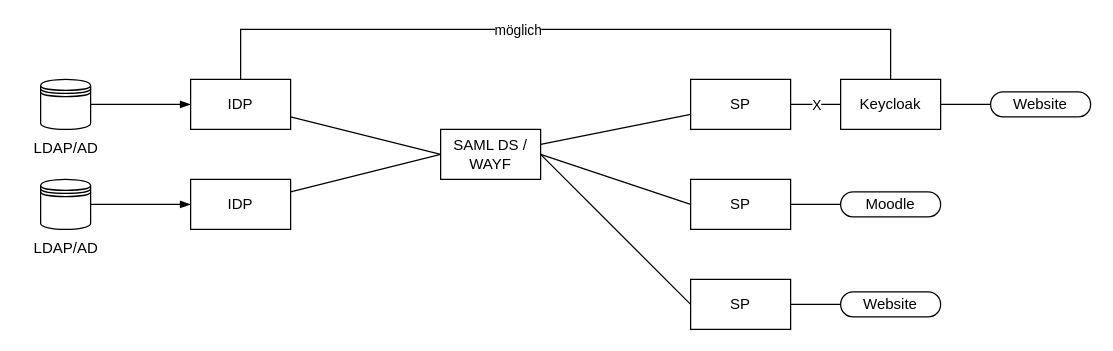
This is Unbenanntes Diagramm.drawio from R4Tobi/modellierung, a draw.io file, before an edit. Source tidied: cells renumbered, new cells numbered last; positions are measured from the earlier drawing's top-left corner, leaving out a move shared by most shapes. Both pictures are drawn from the tidied source at 125%, with x=0, y=0 at pixel (21, 29).
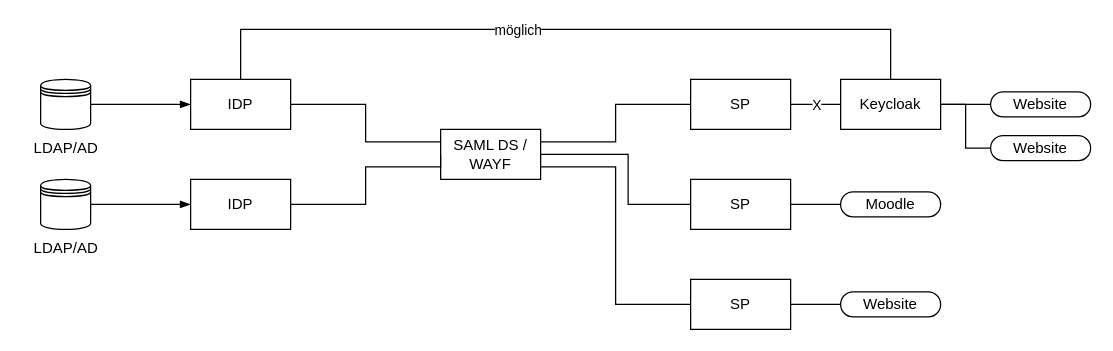
After the change.

Unchanged cells that the change refers to:
```xml
<mxCell id="6" value="IDP" style="html=1;dashed=0;whiteSpace=wrap;" parent="1" vertex="1">
  <mxGeometry x="135" y="40" width="80" height="40" as="geometry" />
</mxCell>
<mxCell id="10" value="SAML DS /&lt;div&gt;WAYF&lt;/div&gt;" style="html=1;dashed=0;whiteSpace=wrap;" parent="1" vertex="1">
  <mxGeometry x="335" y="80" width="80" height="40" as="geometry" />
</mxCell>
<mxCell id="13" value="IDP" style="html=1;dashed=0;whiteSpace=wrap;" parent="1" vertex="1">
  <mxGeometry x="135" y="120" width="80" height="40" as="geometry" />
</mxCell>
<mxCell id="16" value="SP" style="html=1;dashed=0;whiteSpace=wrap;" parent="1" vertex="1">
  <mxGeometry x="535" y="40" width="80" height="40" as="geometry" />
</mxCell>
<mxCell id="18" value="SP" style="html=1;dashed=0;whiteSpace=wrap;" parent="1" vertex="1">
  <mxGeometry x="535" y="120" width="80" height="40" as="geometry" />
</mxCell>
<mxCell id="19" value="SP" style="html=1;dashed=0;whiteSpace=wrap;" parent="1" vertex="1">
  <mxGeometry x="535" y="200" width="80" height="40" as="geometry" />
</mxCell>
<mxCell id="27" value="Keycloak" style="html=1;dashed=0;whiteSpace=wrap;" parent="1" vertex="1">
  <mxGeometry x="655" y="40" width="80" height="40" as="geometry" />
</mxCell>
```

Diff of the diagram source:
```diff
@@
-    <mxCell id="5" style="rounded=0;jettySize=auto;html=1;entryX=0;entryY=0.5;entryDx=0;entryDy=0;endArrow=none;endFill=0;" parent="1" edge="1" source="6" target="10">
-      <mxGeometry relative="1" as="geometry" />
+    <mxCell id="5" style="rounded=0;jettySize=auto;html=1;entryX=0;entryY=0.5;entryDx=0;entryDy=0;endArrow=none;endFill=0;edgeStyle=orthogonalEdgeStyle;" parent="1" edge="1" source="6" target="10">
+      <mxGeometry relative="1" as="geometry">
+        <Array as="points">
+          <mxPoint x="275" y="60" />
+          <mxPoint x="275" y="90" />
+          <mxPoint x="335" y="90" />
+        </Array>
+      </mxGeometry>
     </mxCell>
@@
-    <mxCell id="7" style="rounded=0;jettySize=auto;html=1;endArrow=none;endFill=0;" parent="1" edge="1" source="10" target="16">
-      <mxGeometry relative="1" as="geometry" />
+    <mxCell id="7" style="rounded=0;jettySize=auto;html=1;endArrow=none;endFill=0;edgeStyle=orthogonalEdgeStyle;" parent="1" edge="1" source="10" target="16">
+      <mxGeometry relative="1" as="geometry">
+        <Array as="points">
+          <mxPoint x="475" y="90" />
+          <mxPoint x="475" y="60" />
+        </Array>
+      </mxGeometry>
     </mxCell>
-    <mxCell id="8" style="rounded=0;jettySize=auto;html=1;entryX=0;entryY=0.5;entryDx=0;entryDy=0;exitX=1;exitY=0.5;exitDx=0;exitDy=0;endArrow=none;endFill=0;" parent="1" edge="1" source="10" target="18">
-      <mxGeometry relative="1" as="geometry" />
+    <mxCell id="8" style="rounded=0;jettySize=auto;html=1;entryX=0;entryY=0.5;entryDx=0;entryDy=0;exitX=1;exitY=0.5;exitDx=0;exitDy=0;endArrow=none;endFill=0;edgeStyle=orthogonalEdgeStyle;" parent="1" edge="1" source="10" target="18">
+      <mxGeometry relative="1" as="geometry">
+        <Array as="points">
+          <mxPoint x="485" y="100" />
+          <mxPoint x="485" y="140" />
+        </Array>
+      </mxGeometry>
     </mxCell>
-    <mxCell id="9" style="rounded=0;jettySize=auto;html=1;entryX=0;entryY=0.5;entryDx=0;entryDy=0;exitX=1;exitY=0.5;exitDx=0;exitDy=0;endArrow=none;endFill=0;" parent="1" edge="1" source="10" target="19">
-      <mxGeometry relative="1" as="geometry" />
+    <mxCell id="9" style="rounded=0;jettySize=auto;html=1;entryX=0;entryY=0.5;entryDx=0;entryDy=0;exitX=1;exitY=0.75;exitDx=0;exitDy=0;endArrow=none;endFill=0;edgeStyle=orthogonalEdgeStyle;" parent="1" edge="1" source="10" target="19">
+      <mxGeometry relative="1" as="geometry">
+        <Array as="points">
+          <mxPoint x="475" y="110" />
+          <mxPoint x="475" y="220" />
+        </Array>
+      </mxGeometry>
     </mxCell>
@@
-    <mxCell id="12" style="rounded=0;jettySize=auto;html=1;entryX=0;entryY=0.5;entryDx=0;entryDy=0;endArrow=none;endFill=0;" parent="1" edge="1" source="13" target="10">
-      <mxGeometry relative="1" as="geometry" />
+    <mxCell id="12" style="rounded=0;jettySize=auto;html=1;entryX=0;entryY=0.5;entryDx=0;entryDy=0;endArrow=none;endFill=0;edgeStyle=orthogonalEdgeStyle;" parent="1" edge="1" source="13" target="10">
+      <mxGeometry relative="1" as="geometry">
+        <Array as="points">
+          <mxPoint x="275" y="140" />
+          <mxPoint x="275" y="110" />
+          <mxPoint x="335" y="110" />
+        </Array>
+      </mxGeometry>
     </mxCell>
@@
+    <mxCell id="30" style="edgeStyle=orthogonalEdgeStyle;rounded=0;jettySize=auto;html=1;entryX=1;entryY=0.5;entryDx=0;entryDy=0;endArrow=none;endFill=0;" parent="1" edge="1" source="31" target="27">
+      <mxGeometry relative="1" as="geometry" />
+    </mxCell>
+    <mxCell id="31" value="Website" style="html=1;dashed=0;whiteSpace=wrap;shape=mxgraph.dfd.start;" parent="1" vertex="1">
+      <mxGeometry x="775" y="85" width="80" height="20" as="geometry" />
+    </mxCell>
```
